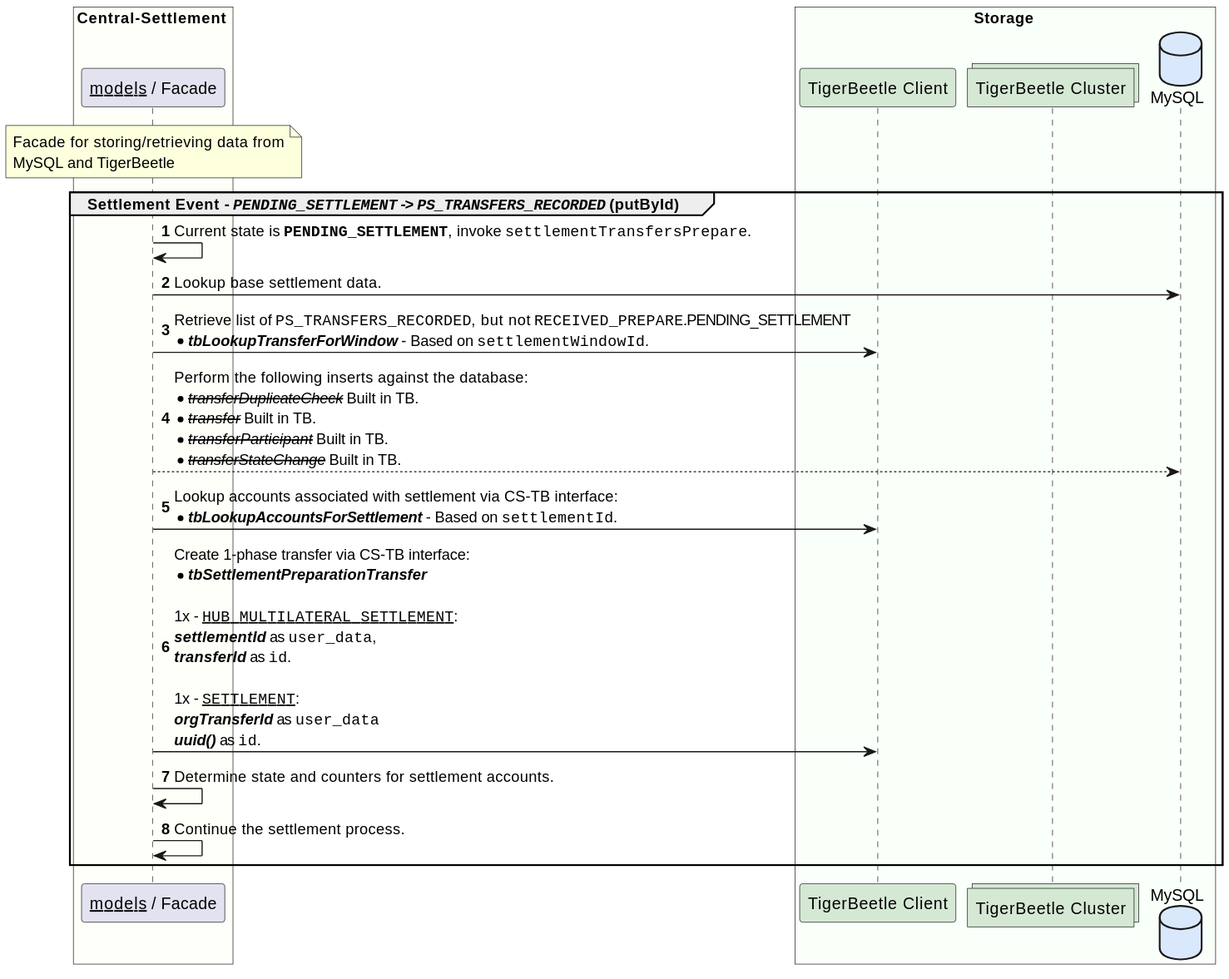
Before: solution_design/sequence-settlement-tb-enabled-update-by-id-01.svg, a diagram exported from PlantUML (coilhq/mucoa). The source it was exported from:
```plantuml
@startuml

box Central-Settlement #FFFFF9
    participant "__models__ / Facade" as cs_facade

    note over cs_facade
        Facade for storing/retrieving data from
        MySQL and TigerBeetle
    end note
end box

box Storage #F9FFF9
	participant "TigerBeetle Client" as tb_client #D5E8D4
	collections "TigerBeetle Cluster" as tb_nodes #D5E8D4
	database "MySQL" as cl_db #DAE8FC
end box

autonumber
group Settlement Event - //""PENDING_SETTLEMENT"" -> ""PS_TRANSFERS_RECORDED""// (putById)
    cs_facade -> cs_facade : Current state is **""PENDING_SETTLEMENT""**, invoke ""settlementTransfersPrepare"".
    cs_facade -> cl_db : Lookup base settlement data.
    cs_facade -> tb_client : Retrieve list of ""PS_TRANSFERS_RECORDED"", but not ""RECEIVED_PREPARE"".PENDING_SETTLEMENT \n*//**tbLookupTransferForWindow**// - Based on ""settlementWindowId"".
    cs_facade --> cl_db : Perform the following inserts against the database:\n*--//transferDuplicateCheck//-- Built in TB.\n*--//transfer//-- Built in TB.\n*--//transferParticipant//-- Built in TB.\n*--//transferStateChange//-- Built in TB.
    cs_facade -> tb_client : Lookup accounts associated with settlement via CS-TB interface:\n*//**tbLookupAccountsForSettlement**// - Based on ""settlementId"".
    cs_facade -> tb_client : Create 1-phase transfer via CS-TB interface:\n*//**tbSettlementPreparationTransfer**//\n\n1x - __""HUB_MULTILATERAL_SETTLEMENT""__:\n**//settlementId//** as ""user_data"", \n**//transferId//** as ""id"".\n\n1x - __""SETTLEMENT""__:\n**//orgTransferId//** as ""user_data""\n**//uuid()//** as ""id"".
    cs_facade -> cs_facade : Determine state and counters for settlement accounts.
    cs_facade -> cs_facade : Continue the settlement process.
end

@enduml
```
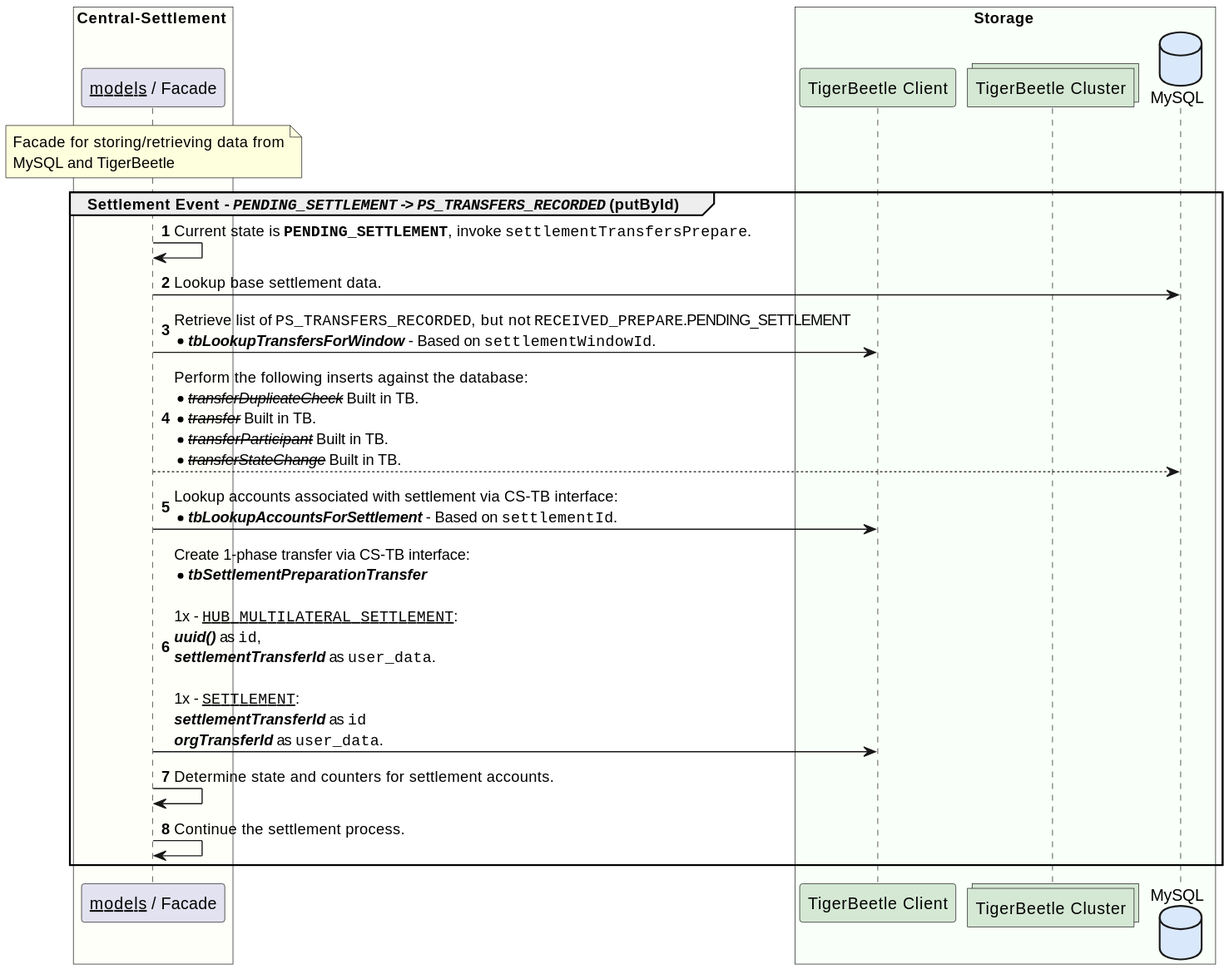
Later version of the same file.

Commit message:
Updated sequence diagrams for settlement. Each of the 3 states completed.

The edit, as a diff of the source:
```diff
@@ -19,10 +19,10 @@
 group Settlement Event - //""PENDING_SETTLEMENT"" -> ""PS_TRANSFERS_RECORDED""// (putById)
     cs_facade -> cs_facade : Current state is **""PENDING_SETTLEMENT""**, invoke ""settlementTransfersPrepare"".
     cs_facade -> cl_db : Lookup base settlement data.
-    cs_facade -> tb_client : Retrieve list of ""PS_TRANSFERS_RECORDED"", but not ""RECEIVED_PREPARE"".PENDING_SETTLEMENT \n*//**tbLookupTransferForWindow**// - Based on ""settlementWindowId"".
+    cs_facade -> tb_client : Retrieve list of ""PS_TRANSFERS_RECORDED"", but not ""RECEIVED_PREPARE"".PENDING_SETTLEMENT \n*//**tbLookupTransfersForWindow**// - Based on ""settlementWindowId"".
     cs_facade --> cl_db : Perform the following inserts against the database:\n*--//transferDuplicateCheck//-- Built in TB.\n*--//transfer//-- Built in TB.\n*--//transferParticipant//-- Built in TB.\n*--//transferStateChange//-- Built in TB.
     cs_facade -> tb_client : Lookup accounts associated with settlement via CS-TB interface:\n*//**tbLookupAccountsForSettlement**// - Based on ""settlementId"".
-    cs_facade -> tb_client : Create 1-phase transfer via CS-TB interface:\n*//**tbSettlementPreparationTransfer**//\n\n1x - __""HUB_MULTILATERAL_SETTLEMENT""__:\n**//settlementId//** as ""user_data"", \n**//transferId//** as ""id"".\n\n1x - __""SETTLEMENT""__:\n**//orgTransferId//** as ""user_data""\n**//uuid()//** as ""id"".
+    cs_facade -> tb_client : Create 1-phase transfer via CS-TB interface:\n*//**tbSettlementPreparationTransfer**//\n\n1x - __""HUB_MULTILATERAL_SETTLEMENT""__:\n**//uuid()//** as ""id"",\n**//settlementTransferId//** as ""user_data"".\n\n1x - __""SETTLEMENT""__:\n**//settlementTransferId//** as ""id""\n**//orgTransferId//** as ""user_data"".
     cs_facade -> cs_facade : Determine state and counters for settlement accounts.
     cs_facade -> cs_facade : Continue the settlement process.
 end
```
